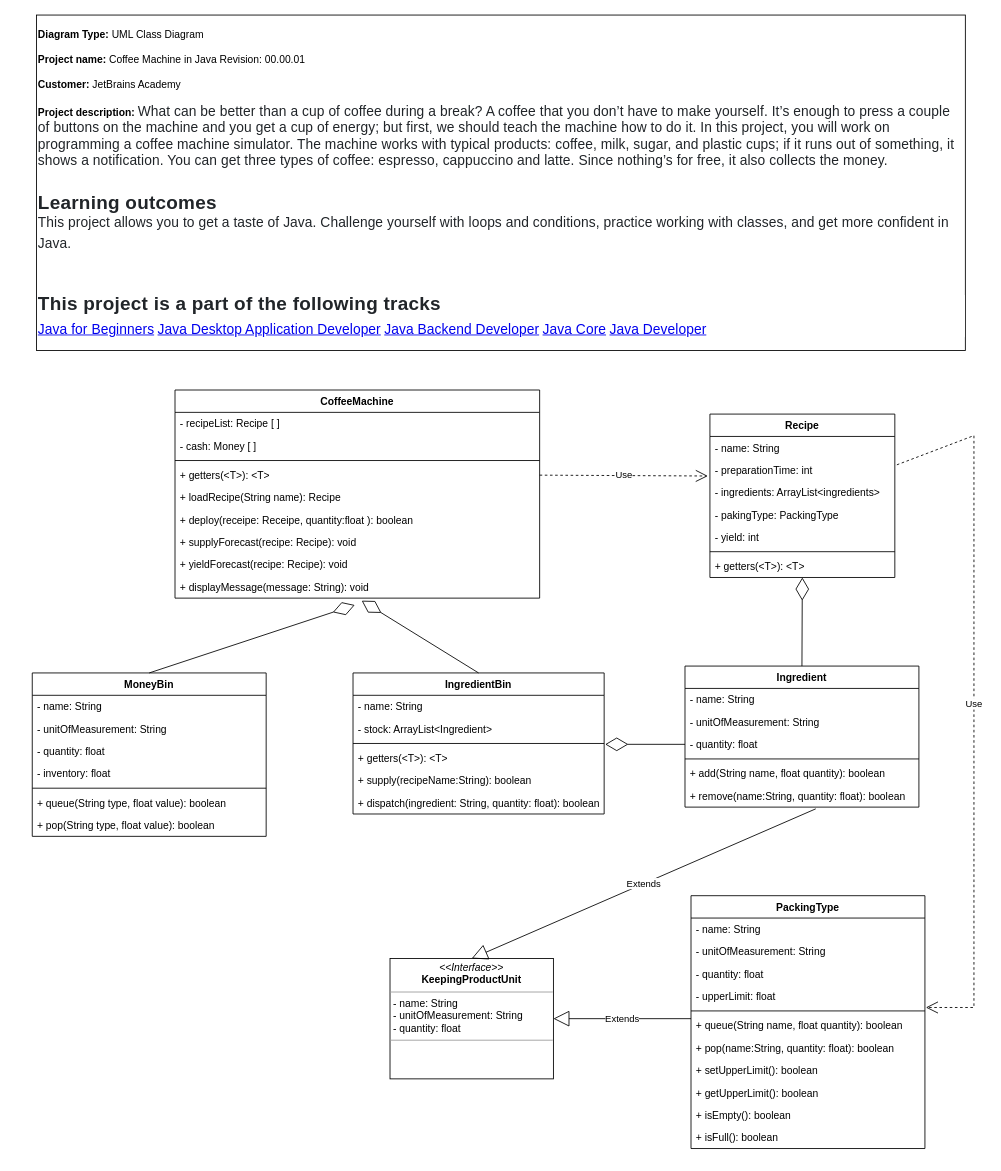
Before: UML/CoffeMachine.drawio in AlbertoVictorRebello/JetBrainsJavaForBeginners-CoffeMachineProject, a draw.io diagram. Source tidied: cells renumbered, new cells numbered last; positions are measured from the earlier drawing's top-left corner, leaving out a move shared by most shapes. Both pictures are drawn from the tidied source at 86%, with x=0, y=0 at pixel (32, 15).
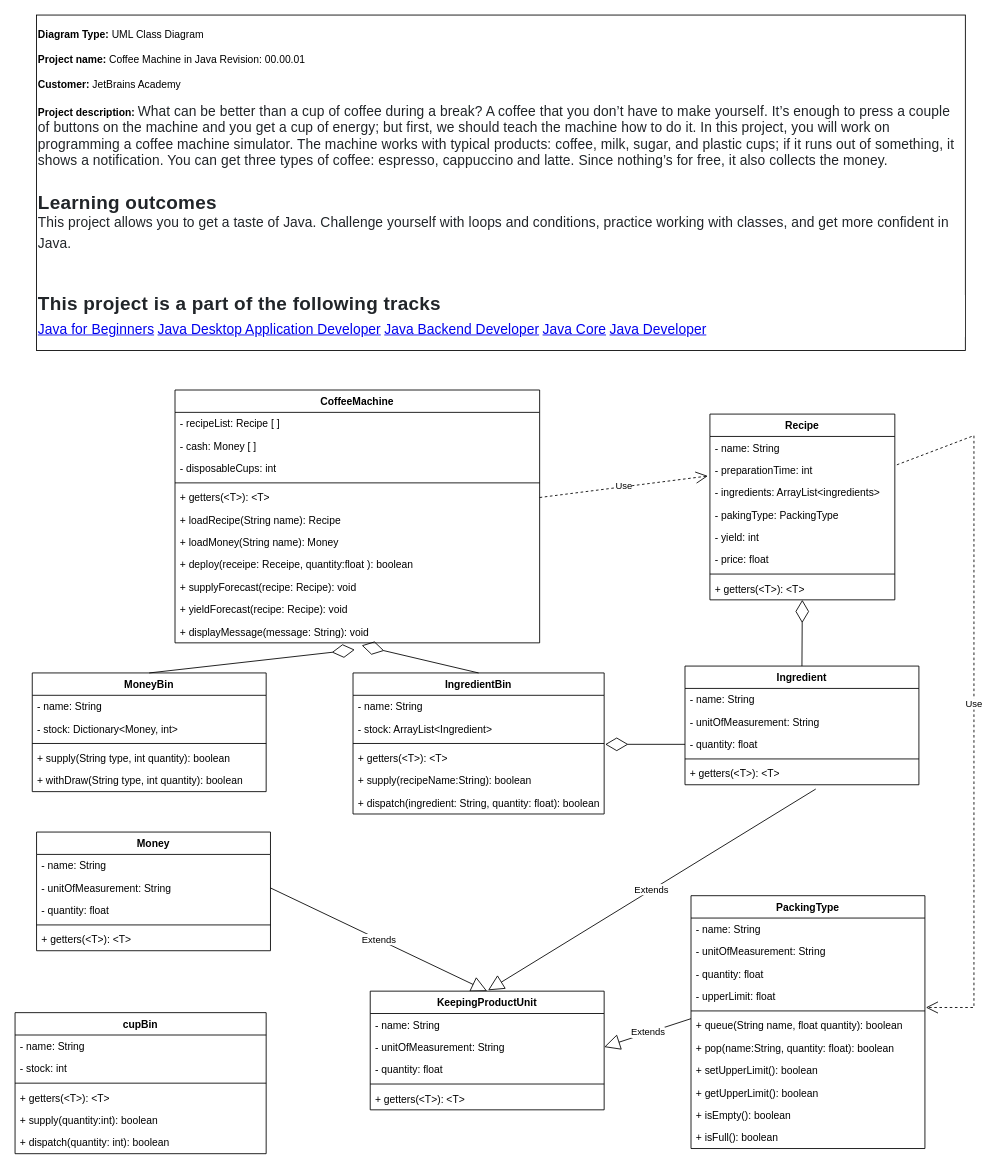
The same page after the edit.

Unchanged cells that the change refers to:
```xml
<mxCell id="55" value="+ queue(String name, float quantity): boolean" style="text;strokeColor=none;fillColor=none;align=left;verticalAlign=top;spacingLeft=4;spacingRight=4;overflow=hidden;points=[[0,0.5],[1,0.5]];portConstraint=eastwest;" parent="49" vertex="1">
  <mxGeometry y="138" width="272" height="26" as="geometry" />
</mxCell>
```

Diff of the diagram source:
```diff
@@
     <mxCell id="4" value="CoffeeMachine" style="swimlane;fontStyle=1;align=center;verticalAlign=top;horizontal=1;startSize=26;" parent="1" vertex="1">
-      <mxGeometry x="166" y="436" width="424" height="242" as="geometry" />
+      <mxGeometry x="166" y="436" width="424" height="294" as="geometry" />
     </mxCell>
@@
+    <mxCell id="64" value="- cash: Money [ ]" style="text;strokeColor=none;fillColor=none;align=left;verticalAlign=top;spacingLeft=4;spacingRight=4;overflow=hidden;" parent="4" vertex="1">
+      <mxGeometry y="52" width="424" height="26" as="geometry" />
+    </mxCell>
-    <mxCell id="6" value="- cash: Money [ ]" style="text;strokeColor=none;fillColor=none;align=left;verticalAlign=top;spacingLeft=4;spacingRight=4;overflow=hidden;" parent="4" vertex="1">
-      <mxGeometry y="52" width="424" height="26" as="geometry" />
+    <mxCell id="6" value="- disposableCups: int" style="text;strokeColor=none;fillColor=none;align=left;verticalAlign=top;spacingLeft=4;spacingRight=4;overflow=hidden;" parent="4" vertex="1">
+      <mxGeometry y="78" width="424" height="26" as="geometry" />
     </mxCell>
     <mxCell id="7" style="line;strokeWidth=1;fillColor=none;align=left;verticalAlign=middle;spacingTop=-1;spacingLeft=3;spacingRight=3;labelPosition=right;" parent="4" vertex="1">
-      <mxGeometry y="78" width="424" height="8" as="geometry" />
+      <mxGeometry y="104" width="424" height="8" as="geometry" />
     </mxCell>
     <mxCell id="8" value="+ getters(&lt;T&gt;): &lt;T&gt;" style="text;strokeColor=none;fillColor=none;align=left;verticalAlign=top;spacingLeft=4;spacingRight=4;overflow=hidden;points=[[0,0.5],[1,0.5]];portConstraint=eastwest;" parent="4" vertex="1">
-      <mxGeometry y="86" width="424" height="26" as="geometry" />
+      <mxGeometry y="112" width="424" height="26" as="geometry" />
     </mxCell>
     <mxCell id="9" value="+ loadRecipe(String name): Recipe" style="text;strokeColor=none;fillColor=none;align=left;verticalAlign=top;spacingLeft=4;spacingRight=4;overflow=hidden;" parent="4" vertex="1">
-      <mxGeometry y="112" width="424" height="26" as="geometry" />
+      <mxGeometry y="138" width="424" height="26" as="geometry" />
     </mxCell>
+    <mxCell id="65" value="+ loadMoney(String name): Money" style="text;strokeColor=none;fillColor=none;align=left;verticalAlign=top;spacingLeft=4;spacingRight=4;overflow=hidden;" parent="4" vertex="1">
+      <mxGeometry y="164" width="424" height="26" as="geometry" />
+    </mxCell>
     <mxCell id="10" value="+ deploy(receipe: Receipe, quantity:float ): boolean" style="text;strokeColor=none;fillColor=none;align=left;verticalAlign=top;spacingLeft=4;spacingRight=4;overflow=hidden;" parent="4" vertex="1">
-      <mxGeometry y="138" width="424" height="26" as="geometry" />
+      <mxGeometry y="190" width="424" height="26" as="geometry" />
     </mxCell>
     <mxCell id="11" value="+ supplyForecast(recipe: Recipe): void" style="text;strokeColor=none;fillColor=none;align=left;verticalAlign=top;spacingLeft=4;spacingRight=4;overflow=hidden;" parent="4" vertex="1">
-      <mxGeometry y="164" width="424" height="26" as="geometry" />
+      <mxGeometry y="216" width="424" height="26" as="geometry" />
     </mxCell>
     <mxCell id="12" value="+ yieldForecast(recipe: Recipe): void" style="text;strokeColor=none;fillColor=none;align=left;verticalAlign=top;spacingLeft=4;spacingRight=4;overflow=hidden;" parent="4" vertex="1">
-      <mxGeometry y="190" width="424" height="26" as="geometry" />
+      <mxGeometry y="242" width="424" height="26" as="geometry" />
     </mxCell>
     <mxCell id="13" value="+ displayMessage(message: String): void" style="text;strokeColor=none;fillColor=none;align=left;verticalAlign=top;spacingLeft=4;spacingRight=4;overflow=hidden;points=[[0,0.5],[1,0.5]];portConstraint=eastwest;" parent="4" vertex="1">
-      <mxGeometry y="216" width="424" height="26" as="geometry" />
+      <mxGeometry y="268" width="424" height="26" as="geometry" />
     </mxCell>
     <mxCell id="14" value="Recipe" style="swimlane;fontStyle=1;align=center;verticalAlign=top;horizontal=1;startSize=26;" parent="1" vertex="1">
-      <mxGeometry x="788" y="464" width="215" height="190" as="geometry" />
+      <mxGeometry x="788" y="464" width="215" height="216" as="geometry" />
     </mxCell>
@@
+    <mxCell id="66" value="- price: float" style="text;strokeColor=none;fillColor=none;align=left;verticalAlign=top;spacingLeft=4;spacingRight=4;overflow=hidden;" parent="14" vertex="1">
+      <mxGeometry y="156" width="215" height="26" as="geometry" />
+    </mxCell>
     <mxCell id="20" style="line;strokeWidth=1;fillColor=none;align=left;verticalAlign=middle;spacingTop=-1;spacingLeft=3;spacingRight=3;labelPosition=right;" parent="14" vertex="1">
-      <mxGeometry y="156" width="215" height="8" as="geometry" />
+      <mxGeometry y="182" width="215" height="8" as="geometry" />
     </mxCell>
     <mxCell id="21" value="+ getters(&lt;T&gt;): &lt;T&gt;" style="text;strokeColor=none;fillColor=none;align=left;verticalAlign=top;spacingLeft=4;spacingRight=4;overflow=hidden;points=[[0,0.5],[1,0.5]];portConstraint=eastwest;" parent="14" vertex="1">
-      <mxGeometry y="164" width="215" height="26" as="geometry" />
+      <mxGeometry y="190" width="215" height="26" as="geometry" />
     </mxCell>
@@
     <mxCell id="30" value="MoneyBin" style="swimlane;fontStyle=1;align=center;verticalAlign=top;horizontal=1;startSize=26;" parent="1" vertex="1">
-      <mxGeometry y="765" width="272" height="190" as="geometry" />
+      <mxGeometry y="765" width="272" height="138" as="geometry" />
     </mxCell>
@@
-    <mxCell id="32" value="- unitOfMeasurement: String" style="text;strokeColor=none;fillColor=none;align=left;verticalAlign=top;spacingLeft=4;spacingRight=4;overflow=hidden;" parent="30" vertex="1">
-      <mxGeometry y="52" width="272" height="26" as="geometry" />
-    </mxCell>
-    <mxCell id="33" value="- quantity: float" style="text;strokeColor=none;fillColor=none;align=left;verticalAlign=top;spacingLeft=4;spacingRight=4;overflow=hidden;" parent="30" vertex="1">
-      <mxGeometry y="78" width="272" height="26" as="geometry" />
-    </mxCell>
-    <mxCell id="34" value="- inventory: float" style="text;strokeColor=none;fillColor=none;align=left;verticalAlign=top;spacingLeft=4;spacingRight=4;overflow=hidden;" parent="30" vertex="1">
-      <mxGeometry y="104" width="272" height="26" as="geometry" />
-    </mxCell>
+    <mxCell id="67" value="- stock: Dictionary&lt;Money, int&gt;" style="text;strokeColor=none;fillColor=none;align=left;verticalAlign=top;spacingLeft=4;spacingRight=4;overflow=hidden;" parent="30" vertex="1">
+      <mxGeometry y="52" width="272" height="26" as="geometry" />
+    </mxCell>
     <mxCell id="35" style="line;strokeWidth=1;fillColor=none;align=left;verticalAlign=middle;spacingTop=-1;spacingLeft=3;spacingRight=3;labelPosition=right;" parent="30" vertex="1">
-      <mxGeometry y="130" width="272" height="8" as="geometry" />
+      <mxGeometry y="78" width="272" height="8" as="geometry" />
     </mxCell>
-    <mxCell id="36" value="+ queue(String type, float value): boolean" style="text;strokeColor=none;fillColor=none;align=left;verticalAlign=top;spacingLeft=4;spacingRight=4;overflow=hidden;" parent="30" vertex="1">
-      <mxGeometry y="138" width="272" height="26" as="geometry" />
+    <mxCell id="36" value="+ supply(String type, int quantity): boolean" style="text;strokeColor=none;fillColor=none;align=left;verticalAlign=top;spacingLeft=4;spacingRight=4;overflow=hidden;" parent="30" vertex="1">
+      <mxGeometry y="86" width="272" height="26" as="geometry" />
     </mxCell>
-    <mxCell id="37" value="+ pop(String type, float value): boolean" style="text;strokeColor=none;fillColor=none;align=left;verticalAlign=top;spacingLeft=4;spacingRight=4;overflow=hidden;" parent="30" vertex="1">
-      <mxGeometry y="164" width="272" height="26" as="geometry" />
+    <mxCell id="37" value="+ withDraw(String type, int quantity): boolean" style="text;strokeColor=none;fillColor=none;align=left;verticalAlign=top;spacingLeft=4;spacingRight=4;overflow=hidden;" parent="30" vertex="1">
+      <mxGeometry y="112" width="272" height="26" as="geometry" />
     </mxCell>
@@
-    <mxCell id="39" value="&lt;p style=&quot;margin: 0px ; margin-top: 4px ; text-align: center&quot;&gt;&lt;i&gt;&amp;lt;&amp;lt;Interface&amp;gt;&amp;gt;&lt;/i&gt;&lt;br&gt;&lt;span style=&quot;font-weight: 700&quot;&gt;KeepingProductUnit&lt;/span&gt;&lt;br&gt;&lt;/p&gt;&lt;hr size=&quot;1&quot;&gt;&lt;p style=&quot;margin: 0px ; margin-left: 4px&quot;&gt;- name: String&lt;br&gt;- unitOfMeasurement: String&lt;br&gt;&lt;/p&gt;&lt;p style=&quot;margin: 0px ; margin-left: 4px&quot;&gt;- quantity: float&lt;br&gt;&lt;/p&gt;&lt;hr size=&quot;1&quot;&gt;&lt;p style=&quot;margin: 0px ; margin-left: 4px&quot;&gt;&lt;br&gt;&lt;/p&gt;" style="verticalAlign=top;align=left;overflow=fill;fontSize=12;fontFamily=Helvetica;html=1;" parent="1" vertex="1">
-      <mxGeometry x="416" y="1097" width="190" height="140" as="geometry" />
-    </mxCell>
     <mxCell id="40" value="Ingredient" style="swimlane;fontStyle=1;align=center;verticalAlign=top;horizontal=1;startSize=26;" parent="1" vertex="1">
-      <mxGeometry x="759" y="757" width="272" height="164" as="geometry" />
+      <mxGeometry x="759" y="757" width="272" height="138" as="geometry" />
     </mxCell>
@@
-    <mxCell id="45" value="+ add(String name, float quantity): boolean" style="text;strokeColor=none;fillColor=none;align=left;verticalAlign=top;spacingLeft=4;spacingRight=4;overflow=hidden;" parent="40" vertex="1">
-      <mxGeometry y="112" width="272" height="26" as="geometry" />
-    </mxCell>
-    <mxCell id="46" value="+ remove(name:String, quantity: float): boolean" style="text;strokeColor=none;fillColor=none;align=left;verticalAlign=top;spacingLeft=4;spacingRight=4;overflow=hidden;points=[[0,0.5],[1,0.5]];portConstraint=eastwest;" parent="40" vertex="1">
-      <mxGeometry y="138" width="272" height="26" as="geometry" />
-    </mxCell>
+    <mxCell id="68" value="+ getters(&lt;T&gt;): &lt;T&gt;" style="text;strokeColor=none;fillColor=none;align=left;verticalAlign=top;spacingLeft=4;spacingRight=4;overflow=hidden;points=[[0,0.5],[1,0.5]];portConstraint=eastwest;" parent="40" vertex="1">
+      <mxGeometry y="112" width="272" height="26" as="geometry" />
+    </mxCell>
@@
-    <mxCell id="48" value="Extends" style="endArrow=block;endSize=16;endFill=0;html=1;rounded=0;entryX=0.5;entryY=0;entryDx=0;entryDy=0;exitX=0.559;exitY=1.077;exitDx=0;exitDy=0;exitPerimeter=0;" parent="1" edge="1" source="46" target="39">
-      <mxGeometry relative="1" as="geometry" />
+    <mxCell id="48" value="Extends" style="endArrow=block;endSize=16;endFill=0;html=1;rounded=0;entryX=0.5;entryY=0;entryDx=0;entryDy=0;exitX=0.559;exitY=1.192;exitDx=0;exitDy=0;exitPerimeter=0;" parent="1" edge="1" source="68">
+      <mxGeometry relative="1" as="geometry">
+        <mxPoint x="530" y="1134" as="targetPoint" />
+      </mxGeometry>
     </mxCell>
@@
-    <mxCell id="61" value="Extends" style="endArrow=block;endSize=16;endFill=0;html=1;rounded=0;entryX=1;entryY=0.5;entryDx=0;entryDy=0;exitX=0;exitY=0.192;exitDx=0;exitDy=0;exitPerimeter=0;" parent="1" edge="1" source="55" target="39">
+    <mxCell id="61" value="Extends" style="endArrow=block;endSize=16;endFill=0;html=1;rounded=0;entryX=1;entryY=0.5;entryDx=0;entryDy=0;exitX=0;exitY=0.192;exitDx=0;exitDy=0;exitPerimeter=0;" parent="1" edge="1" source="55" target="85">
       <mxGeometry relative="1" as="geometry" />
     </mxCell>
@@
+    <mxCell id="69" value="cupBin" style="swimlane;fontStyle=1;align=center;verticalAlign=top;horizontal=1;startSize=26;" parent="1" vertex="1">
+      <mxGeometry x="-20" y="1160" width="292" height="164" as="geometry" />
+    </mxCell>
+    <mxCell id="70" value="- name: String" style="text;strokeColor=none;fillColor=none;align=left;verticalAlign=top;spacingLeft=4;spacingRight=4;overflow=hidden;" parent="69" vertex="1">
+      <mxGeometry y="26" width="292" height="26" as="geometry" />
+    </mxCell>
+    <mxCell id="71" value="- stock: int" style="text;strokeColor=none;fillColor=none;align=left;verticalAlign=top;spacingLeft=4;spacingRight=4;overflow=hidden;" parent="69" vertex="1">
+      <mxGeometry y="52" width="292" height="26" as="geometry" />
+    </mxCell>
+    <mxCell id="72" style="line;strokeWidth=1;fillColor=none;align=left;verticalAlign=middle;spacingTop=-1;spacingLeft=3;spacingRight=3;labelPosition=right;" parent="69" vertex="1">
+      <mxGeometry y="78" width="292" height="8" as="geometry" />
+    </mxCell>
+    <mxCell id="73" value="+ getters(&lt;T&gt;): &lt;T&gt;" style="text;strokeColor=none;fillColor=none;align=left;verticalAlign=top;spacingLeft=4;spacingRight=4;overflow=hidden;" parent="69" vertex="1">
+      <mxGeometry y="86" width="292" height="26" as="geometry" />
+    </mxCell>
+    <mxCell id="74" value="+ supply(quantity:int): boolean" style="text;strokeColor=none;fillColor=none;align=left;verticalAlign=top;spacingLeft=4;spacingRight=4;overflow=hidden;" parent="69" vertex="1">
+      <mxGeometry y="112" width="292" height="26" as="geometry" />
+    </mxCell>
+    <mxCell id="75" value="+ dispatch(quantity: int): boolean" style="text;strokeColor=none;fillColor=none;align=left;verticalAlign=top;spacingLeft=4;spacingRight=4;overflow=hidden;" parent="69" vertex="1">
+      <mxGeometry y="138" width="292" height="26" as="geometry" />
+    </mxCell>
+    <mxCell id="76" value="Money" style="swimlane;fontStyle=1;align=center;verticalAlign=top;horizontal=1;startSize=26;" parent="1" vertex="1">
+      <mxGeometry x="5" y="950" width="272" height="138" as="geometry" />
+    </mxCell>
+    <mxCell id="77" value="- name: String" style="text;strokeColor=none;fillColor=none;align=left;verticalAlign=top;spacingLeft=4;spacingRight=4;overflow=hidden;" parent="76" vertex="1">
+      <mxGeometry y="26" width="272" height="26" as="geometry" />
+    </mxCell>
+    <mxCell id="78" value="- unitOfMeasurement: String" style="text;strokeColor=none;fillColor=none;align=left;verticalAlign=top;spacingLeft=4;spacingRight=4;overflow=hidden;points=[[0,0.5],[1,0.5]];portConstraint=eastwest;" parent="76" vertex="1">
+      <mxGeometry y="52" width="272" height="26" as="geometry" />
+    </mxCell>
+    <mxCell id="79" value="- quantity: float" style="text;strokeColor=none;fillColor=none;align=left;verticalAlign=top;spacingLeft=4;spacingRight=4;overflow=hidden;" parent="76" vertex="1">
+      <mxGeometry y="78" width="272" height="26" as="geometry" />
+    </mxCell>
+    <mxCell id="80" style="line;strokeWidth=1;fillColor=none;align=left;verticalAlign=middle;spacingTop=-1;spacingLeft=3;spacingRight=3;labelPosition=right;" parent="76" vertex="1">
+      <mxGeometry y="104" width="272" height="8" as="geometry" />
+    </mxCell>
+    <mxCell id="81" value="+ getters(&lt;T&gt;): &lt;T&gt;" style="text;strokeColor=none;fillColor=none;align=left;verticalAlign=top;spacingLeft=4;spacingRight=4;overflow=hidden;" parent="76" vertex="1">
+      <mxGeometry y="112" width="272" height="26" as="geometry" />
+    </mxCell>
+    <mxCell id="82" value="Extends" style="endArrow=block;endSize=16;endFill=0;html=1;rounded=0;exitX=1;exitY=0.5;exitDx=0;exitDy=0;entryX=0.5;entryY=0;entryDx=0;entryDy=0;" parent="1" edge="1" source="78" target="83">
+      <mxGeometry relative="1" as="geometry" />
+    </mxCell>
+    <mxCell id="83" value="KeepingProductUnit" style="swimlane;fontStyle=1;align=center;verticalAlign=top;horizontal=1;startSize=26;" parent="1" vertex="1">
+      <mxGeometry x="393" y="1135" width="272" height="138" as="geometry" />
+    </mxCell>
+    <mxCell id="84" value="- name: String" style="text;strokeColor=none;fillColor=none;align=left;verticalAlign=top;spacingLeft=4;spacingRight=4;overflow=hidden;" parent="83" vertex="1">
+      <mxGeometry y="26" width="272" height="26" as="geometry" />
+    </mxCell>
+    <mxCell id="85" value="- unitOfMeasurement: String" style="text;strokeColor=none;fillColor=none;align=left;verticalAlign=top;spacingLeft=4;spacingRight=4;overflow=hidden;points=[[0,0.5],[1,0.5]];portConstraint=eastwest;" parent="83" vertex="1">
+      <mxGeometry y="52" width="272" height="26" as="geometry" />
+    </mxCell>
+    <mxCell id="86" value="- quantity: float" style="text;strokeColor=none;fillColor=none;align=left;verticalAlign=top;spacingLeft=4;spacingRight=4;overflow=hidden;" parent="83" vertex="1">
+      <mxGeometry y="78" width="272" height="26" as="geometry" />
+    </mxCell>
+    <mxCell id="87" style="line;strokeWidth=1;fillColor=none;align=left;verticalAlign=middle;spacingTop=-1;spacingLeft=3;spacingRight=3;labelPosition=right;" parent="83" vertex="1">
+      <mxGeometry y="104" width="272" height="8" as="geometry" />
+    </mxCell>
+    <mxCell id="88" value="+ getters(&lt;T&gt;): &lt;T&gt;" style="text;strokeColor=none;fillColor=none;align=left;verticalAlign=top;spacingLeft=4;spacingRight=4;overflow=hidden;" parent="83" vertex="1">
+      <mxGeometry y="112" width="272" height="26" as="geometry" />
+    </mxCell>
```
